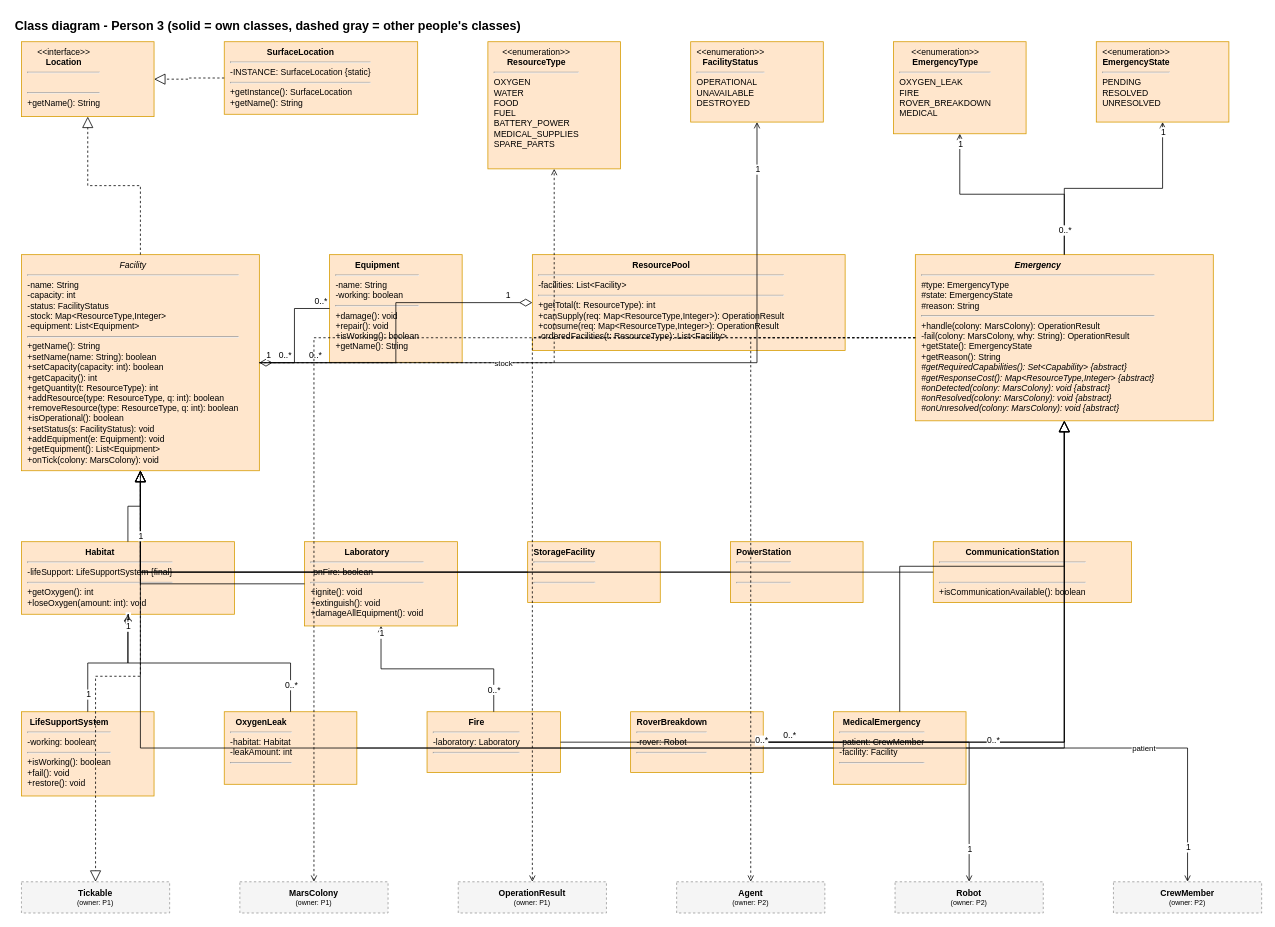
The draw.io diagram docs/UML/03-class-p3-facilities-emergencies.drawio in YassinAwad66/MARS-OPS, before the edit. Source tidied: cells renumbered, new cells numbered last; positions are measured from the earlier drawing's top-left corner, leaving out a move shared by most shapes. Both pictures are drawn from the tidied source at 78%, with x=0, y=0 at pixel (13, 13).
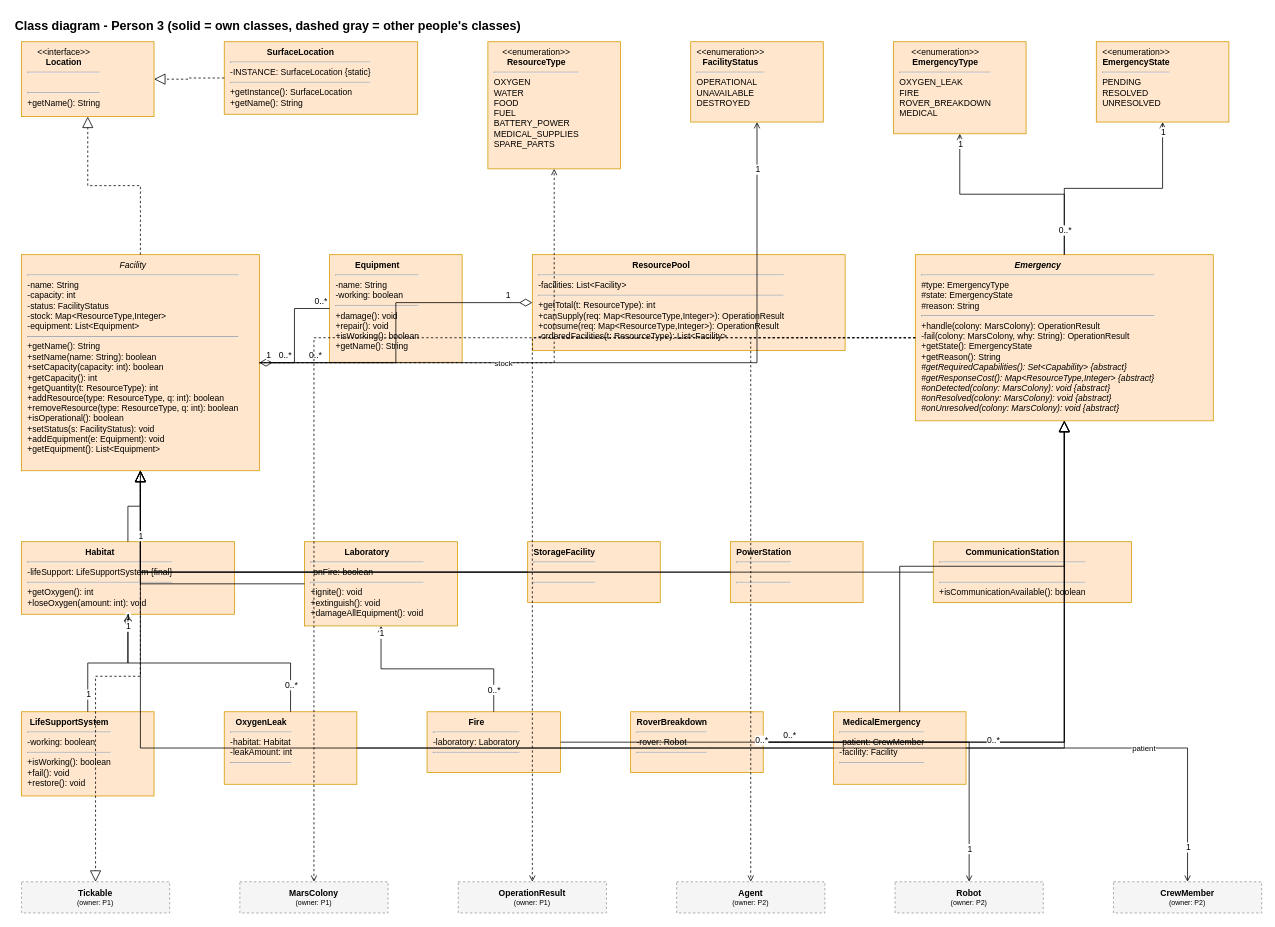
The same diagram, later.

The edit, as a diff of the source:
```diff
@@
-    <mxCell id="9" value="&lt;div style=&quot;text-align:center&quot;&gt;&lt;i style=&quot;&quot;&gt;Facility&lt;/i&gt;&lt;/div&gt;&lt;hr&gt;-name: String&lt;br&gt;-capacity: int&lt;br&gt;-status: FacilityStatus&lt;br&gt;-stock: Map&amp;lt;ResourceType,Integer&amp;gt;&lt;br&gt;-equipment: List&amp;lt;Equipment&amp;gt;&lt;hr&gt;+getName(): String&lt;div&gt;&lt;div style=&quot;color: rgb(0, 0, 0);&quot;&gt;+setName(name: String): boolean&lt;/div&gt;&lt;div style=&quot;color: rgb(0, 0, 0);&quot;&gt;+setCapacity(capacity: int): boolean&lt;/div&gt;&lt;div style=&quot;color: rgb(0, 0, 0);&quot;&gt;+getCapacity(): int&lt;/div&gt;&lt;span style=&quot;color: rgb(0, 0, 0);&quot;&gt;+getQuantity(t: ResourceType): int&lt;br&gt;+addResource(type: ResourceType, q: int): boolean&lt;br&gt;+removeResource(type: ResourceType, q: int): boolean&lt;br&gt;+isOperational(): boolean&lt;br&gt;+setStatus(s: FacilityStatus): void&lt;br&gt;+addEquipment(e: Equipment): void&lt;br&gt;+getEquipment(): List&amp;lt;Equipment&amp;gt;&lt;br&gt;+onTick(colony: MarsColony): void&lt;/span&gt;&lt;/div&gt;" style="rounded=0;whiteSpace=wrap;html=1;align=left;verticalAlign=top;spacingLeft=6;spacingRight=4;fontSize=11;fillColor=#ffe6cc;strokeColor=#d79b00;" parent="1" vertex="1">
+    <mxCell id="9" value="&lt;div style=&quot;text-align:center&quot;&gt;&lt;i style=&quot;&quot;&gt;Facility&lt;/i&gt;&lt;/div&gt;&lt;hr&gt;-name: String&lt;br&gt;-capacity: int&lt;br&gt;-status: FacilityStatus&lt;br&gt;-stock: Map&amp;lt;ResourceType,Integer&amp;gt;&lt;br&gt;-equipment: List&amp;lt;Equipment&amp;gt;&lt;hr&gt;+getName(): String&lt;div&gt;&lt;div style=&quot;color: rgb(0, 0, 0);&quot;&gt;+setName(name: String): boolean&lt;/div&gt;&lt;div style=&quot;color: rgb(0, 0, 0);&quot;&gt;+setCapacity(capacity: int): boolean&lt;/div&gt;&lt;div style=&quot;color: rgb(0, 0, 0);&quot;&gt;+getCapacity(): int&lt;/div&gt;&lt;span style=&quot;color: rgb(0, 0, 0);&quot;&gt;+getQuantity(t: ResourceType): int&lt;br&gt;+addResource(type: ResourceType, q: int): boolean&lt;br&gt;+removeResource(type: ResourceType, q: int): boolean&lt;br&gt;+isOperational(): boolean&lt;br&gt;+setStatus(s: FacilityStatus): void&lt;br&gt;+addEquipment(e: Equipment): void&lt;br&gt;+getEquipment(): List&amp;lt;Equipment&amp;gt;&lt;br&gt;&lt;/span&gt;&lt;/div&gt;" style="rounded=0;whiteSpace=wrap;html=1;align=left;verticalAlign=top;spacingLeft=6;spacingRight=4;fontSize=11;fillColor=#ffe6cc;strokeColor=#d79b00;" parent="1" vertex="1">
       <mxGeometry x="10" y="309" width="305" height="277" as="geometry" />
     </mxCell>
```
